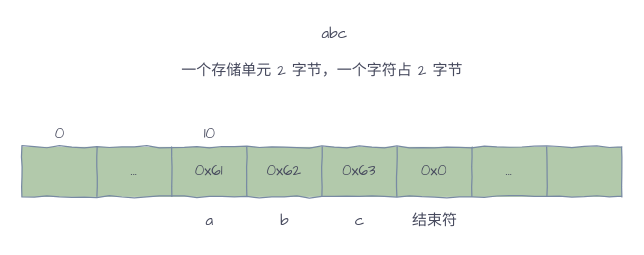
silan-liu/drawio keeps this draw.io diagram as page "demo-5-mode1" (32 of 36) of vm.drawio. Above is the earlier version. Source tidied: cells renumbered, new cells numbered last; positions are measured from the earlier drawing's top-left corner, leaving out a move shared by most shapes. Both pictures are drawn from the tidied source at 125%, with x=0, y=0 at pixel (21, 21).
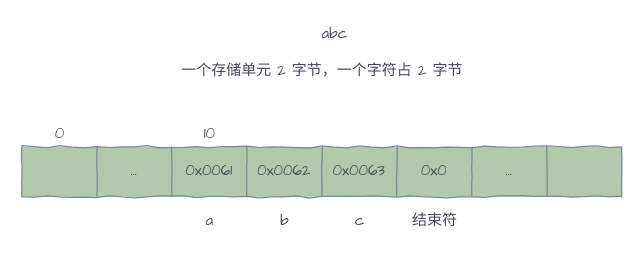
The same diagram, later.

What changed in the source:
```diff
@@
 <mxGraphModel>
   <root>
     <mxCell id="0" />
     <mxCell id="1" parent="0" />
     <mxCell id="2" style="shape=table;html=1;whiteSpace=wrap;startSize=0;childLayout=tableLayout;comic=1;fillColor=#B2C9AB;strokeColor=#788AA3;fontColor=#46495D;fontFamily=Architects Daughter;" parent="1" vertex="1">
       <mxGeometry y="100" width="480" height="40" as="geometry" />
     </mxCell>
     <mxCell id="3" style="shape=partialRectangle;html=1;whiteSpace=wrap;fillColor=none;top=0;left=0;bottom=0;right=0;strokeColor=#788AA3;fontColor=#46495D;fontFamily=Architects Daughter;" parent="2" vertex="1">
       <mxGeometry width="480" height="40" as="geometry" />
     </mxCell>
     <mxCell id="4" style="shape=partialRectangle;html=1;whiteSpace=wrap;overflow=hidden;fillColor=none;top=0;left=0;bottom=0;right=0;strokeColor=#788AA3;fontColor=#46495D;fontFamily=Architects Daughter;" parent="3" vertex="1">
       <mxGeometry width="60" height="40" as="geometry" />
     </mxCell>
     <mxCell id="5" value="..." style="shape=partialRectangle;html=1;whiteSpace=wrap;overflow=hidden;fillColor=none;top=0;left=0;bottom=0;right=0;strokeColor=#788AA3;fontColor=#46495D;fontFamily=Architects Daughter;" parent="3" vertex="1">
       <mxGeometry x="60" width="60" height="40" as="geometry" />
     </mxCell>
-    <mxCell id="6" value="0x61" style="shape=partialRectangle;html=1;whiteSpace=wrap;overflow=hidden;fillColor=none;top=0;left=0;bottom=0;right=0;strokeColor=#788AA3;fontColor=#46495D;fontFamily=Architects Daughter;" parent="3" vertex="1">
+    <mxCell id="6" value="0x0061" style="shape=partialRectangle;html=1;whiteSpace=wrap;overflow=hidden;fillColor=none;top=0;left=0;bottom=0;right=0;strokeColor=#788AA3;fontColor=#46495D;fontFamily=Architects Daughter;" parent="3" vertex="1">
       <mxGeometry x="120" width="60" height="40" as="geometry" />
     </mxCell>
-    <mxCell id="7" value="0x62" style="shape=partialRectangle;html=1;whiteSpace=wrap;overflow=hidden;fillColor=none;top=0;left=0;bottom=0;right=0;strokeColor=#788AA3;fontColor=#46495D;fontFamily=Architects Daughter;" parent="3" vertex="1">
+    <mxCell id="7" value="0x0062" style="shape=partialRectangle;html=1;whiteSpace=wrap;overflow=hidden;fillColor=none;top=0;left=0;bottom=0;right=0;strokeColor=#788AA3;fontColor=#46495D;fontFamily=Architects Daughter;" parent="3" vertex="1">
       <mxGeometry x="180" width="60" height="40" as="geometry" />
     </mxCell>
-    <mxCell id="8" value="0x63" style="shape=partialRectangle;html=1;whiteSpace=wrap;overflow=hidden;fillColor=none;top=0;left=0;bottom=0;right=0;strokeColor=#788AA3;fontColor=#46495D;fontFamily=Architects Daughter;" parent="3" vertex="1">
+    <mxCell id="8" value="0x0063" style="shape=partialRectangle;html=1;whiteSpace=wrap;overflow=hidden;fillColor=none;top=0;left=0;bottom=0;right=0;strokeColor=#788AA3;fontColor=#46495D;fontFamily=Architects Daughter;" parent="3" vertex="1">
       <mxGeometry x="240" width="60" height="40" as="geometry" />
     </mxCell>
     <mxCell id="9" value="0x0" style="shape=partialRectangle;html=1;whiteSpace=wrap;overflow=hidden;fillColor=none;top=0;left=0;bottom=0;right=0;strokeColor=#788AA3;fontColor=#46495D;fontFamily=Architects Daughter;" parent="3" vertex="1">
       <mxGeometry x="300" width="60" height="40" as="geometry" />
     </mxCell>
     <mxCell id="10" value="..." style="shape=partialRectangle;html=1;whiteSpace=wrap;overflow=hidden;fillColor=none;top=0;left=0;bottom=0;right=0;strokeColor=#788AA3;fontColor=#46495D;fontFamily=Architects Daughter;" parent="3" vertex="1">
       <mxGeometry x="360" width="60" height="40" as="geometry" />
     </mxCell>
     <mxCell id="11" style="shape=partialRectangle;html=1;whiteSpace=wrap;overflow=hidden;fillColor=none;top=0;left=0;bottom=0;right=0;strokeColor=#788AA3;fontColor=#46495D;fontFamily=Architects Daughter;" parent="3" vertex="1">
       <mxGeometry x="420" width="60" height="40" as="geometry" />
     </mxCell>
     <mxCell id="12" value="0" style="text;html=1;align=center;verticalAlign=middle;fontFamily=Architects Daughter;fontColor=#46495D;" parent="1" vertex="1">
       <mxGeometry x="20" y="80" width="20" height="20" as="geometry" />
     </mxCell>
     <mxCell id="13" value="10" style="text;html=1;align=center;verticalAlign=middle;fontFamily=Architects Daughter;fontColor=#46495D;" parent="1" vertex="1">
       <mxGeometry x="140" y="80" width="20" height="20" as="geometry" />
     </mxCell>
     <mxCell id="14" value="a" style="text;html=1;align=center;verticalAlign=middle;fontFamily=Architects Daughter;fontColor=#46495D;" parent="1" vertex="1">
       <mxGeometry x="140" y="150" width="20" height="20" as="geometry" />
     </mxCell>
     <mxCell id="15" value="b" style="text;html=1;align=center;verticalAlign=middle;fontFamily=Architects Daughter;fontColor=#46495D;" parent="1" vertex="1">
       <mxGeometry x="200" y="150" width="20" height="20" as="geometry" />
     </mxCell>
     <mxCell id="16" value="c" style="text;html=1;align=center;verticalAlign=middle;fontFamily=Architects Daughter;fontColor=#46495D;" parent="1" vertex="1">
       <mxGeometry x="260" y="150" width="20" height="20" as="geometry" />
     </mxCell>
     <mxCell id="17" value="结束符" style="text;html=1;align=center;verticalAlign=middle;fontFamily=Architects Daughter;fontColor=#46495D;" parent="1" vertex="1">
       <mxGeometry x="305" y="150" width="50" height="20" as="geometry" />
     </mxCell>
     <mxCell id="18" value="一个存储单元 2 字节，一个字符占 2 字节" style="text;html=1;align=center;verticalAlign=middle;fontFamily=Architects Daughter;fontColor=#46495D;" parent="1" vertex="1">
       <mxGeometry x="120" y="30" width="240" height="20" as="geometry" />
     </mxCell>
     <mxCell id="19" value="abc" style="text;html=1;align=center;verticalAlign=middle;fontFamily=Architects Daughter;fontColor=#46495D;" parent="1" vertex="1">
       <mxGeometry x="230" width="40" height="20" as="geometry" />
     </mxCell>
   </root>
 </mxGraphModel>
```
